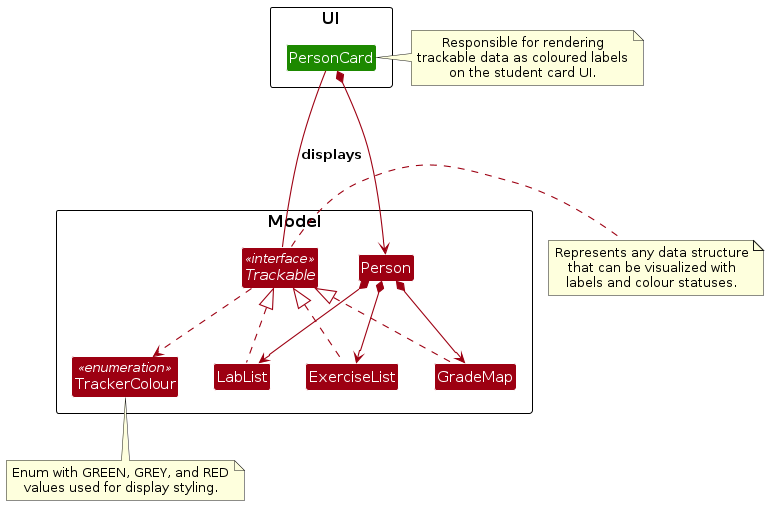
This is diagrams/Trackable/TrackableClassDiagram.png from AY2526S1-CS2103T-T09-3/tp, a PlantUML export, as it was before one commit. Its source is kept beside it as diagrams/Trackable/TrackableClassDiagram.puml.
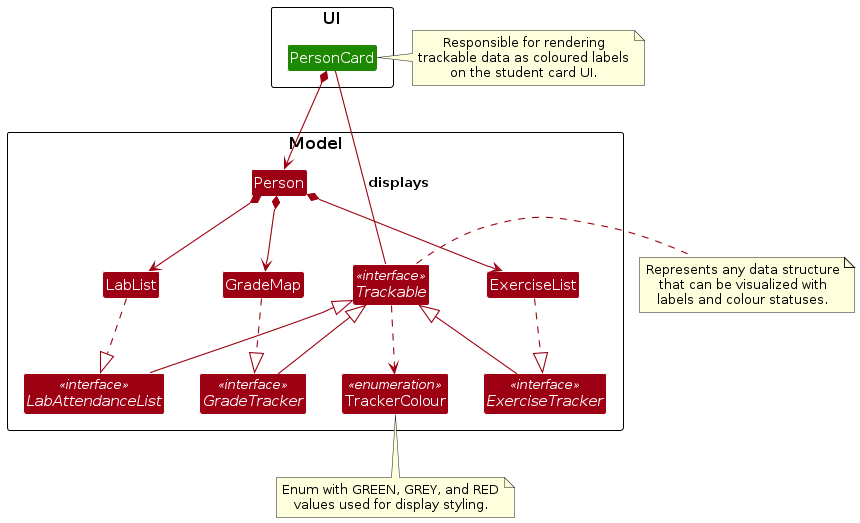
Later version of the same file.

What changed in the source:
```diff
@@ -10,6 +10,10 @@
 
 package Model as ModelPackage {
     interface Trackable <<interface>>
+    interface GradeTracker <<interface>>
+    interface ExerciseTracker <<interface>>
+    interface LabAttendanceList <<interface>>
+
     enum TrackerColour <<enumeration>>
     class Person
     class ExerciseList
@@ -18,11 +22,16 @@
 }
 
 PersonCard *--> Person
-PersonCard --- Trackable:displays
+PersonCard --- Trackable: displays
 
-Trackable <|.. ExerciseList
-Trackable <|.. LabList
-Trackable <|.. GradeMap
+Trackable <|-- GradeTracker
+Trackable <|-- ExerciseTracker
+Trackable <|-- LabAttendanceList
+
+GradeMap ..|> GradeTracker
+ExerciseList ..|> ExerciseTracker
+LabList ..|> LabAttendanceList
+
 Person *--> ExerciseList
 Person *--> LabList
 Person *--> GradeMap
```
